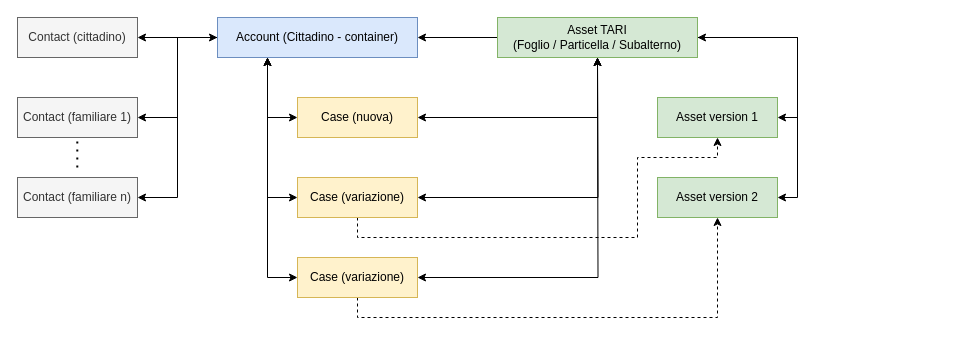
This is Palermo.drawio from dortolani/drawio, a draw.io file, before an edit. Source tidied: cells renumbered, new cells numbered last; positions are measured from the earlier drawing's top-left corner, leaving out a move shared by most shapes. Both pictures are drawn from the tidied source at 100%, with x=0, y=0 at pixel (17, 17).
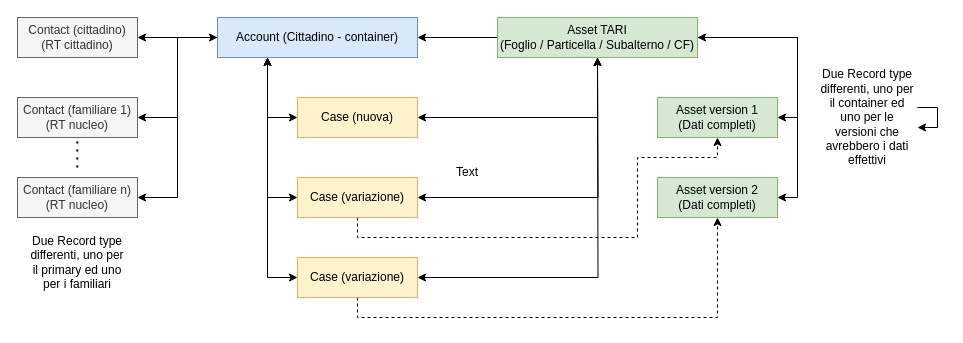
The same page after the edit.

What changed in the source:
```diff
@@
-    <mxCell id="6" value="Contact (cittadino)" style="rounded=0;whiteSpace=wrap;html=1;fillColor=#f5f5f5;fontColor=#333333;strokeColor=#666666;" parent="1" vertex="1">
+    <mxCell id="6" value="Contact (cittadino)&lt;div&gt;(RT cittadino)&lt;/div&gt;" style="rounded=0;whiteSpace=wrap;html=1;fillColor=#f5f5f5;fontColor=#333333;strokeColor=#666666;" parent="1" vertex="1">
       <mxGeometry width="120" height="40" as="geometry" />
     </mxCell>
-    <mxCell id="7" value="Contact (familiare 1)" style="rounded=0;whiteSpace=wrap;html=1;fillColor=#f5f5f5;fontColor=#333333;strokeColor=#666666;" parent="1" vertex="1">
+    <mxCell id="7" value="Contact (familiare 1)&lt;div&gt;(RT nucleo)&lt;/div&gt;" style="rounded=0;whiteSpace=wrap;html=1;fillColor=#f5f5f5;fontColor=#333333;strokeColor=#666666;" parent="1" vertex="1">
       <mxGeometry y="80" width="120" height="40" as="geometry" />
     </mxCell>
@@
-    <mxCell id="9" value="Contact (familiare n)" style="rounded=0;whiteSpace=wrap;html=1;fillColor=#f5f5f5;fontColor=#333333;strokeColor=#666666;" parent="1" vertex="1">
+    <mxCell id="9" value="Contact (familiare n)&lt;div&gt;(RT nucleo)&lt;/div&gt;" style="rounded=0;whiteSpace=wrap;html=1;fillColor=#f5f5f5;fontColor=#333333;strokeColor=#666666;" parent="1" vertex="1">
       <mxGeometry y="160" width="120" height="40" as="geometry" />
     </mxCell>
@@
-    <mxCell id="24" value="Asset TARI&lt;div&gt;(Foglio / Particella / Subalterno)&lt;/div&gt;" style="rounded=0;whiteSpace=wrap;html=1;fillColor=#d5e8d4;strokeColor=#82b366;" parent="1" vertex="1">
+    <mxCell id="24" value="Asset TARI&lt;div&gt;(Foglio / Particella / Subalterno / CF)&lt;/div&gt;" style="rounded=0;whiteSpace=wrap;html=1;fillColor=#d5e8d4;strokeColor=#82b366;" parent="1" vertex="1">
       <mxGeometry x="480" width="200" height="40" as="geometry" />
     </mxCell>
-    <mxCell id="25" value="Asset version 1" style="rounded=0;whiteSpace=wrap;html=1;fillColor=#d5e8d4;strokeColor=#82b366;" parent="1" vertex="1">
+    <mxCell id="25" value="Asset version 1&lt;div&gt;(Dati completi)&lt;/div&gt;" style="rounded=0;whiteSpace=wrap;html=1;fillColor=#d5e8d4;strokeColor=#82b366;" parent="1" vertex="1">
       <mxGeometry x="640" y="80" width="120" height="40" as="geometry" />
     </mxCell>
-    <mxCell id="26" value="Asset version 2" style="rounded=0;whiteSpace=wrap;html=1;fillColor=#d5e8d4;strokeColor=#82b366;" parent="1" vertex="1">
+    <mxCell id="26" value="Asset version 2&lt;br&gt;&lt;div&gt;(Dati completi)&lt;/div&gt;" style="rounded=0;whiteSpace=wrap;html=1;fillColor=#d5e8d4;strokeColor=#82b366;" parent="1" vertex="1">
       <mxGeometry x="640" y="160" width="120" height="40" as="geometry" />
     </mxCell>
+    <mxCell id="27" value="Text" style="text;html=1;align=center;verticalAlign=middle;whiteSpace=wrap;rounded=0;" parent="1" vertex="1">
+      <mxGeometry x="420" y="140" width="60" height="30" as="geometry" />
+    </mxCell>
+    <mxCell id="28" value="Due Record type differenti, uno per il container ed uno per le versioni che avrebbero i dati effettivi" style="text;html=1;align=center;verticalAlign=middle;whiteSpace=wrap;rounded=0;" parent="1" vertex="1">
+      <mxGeometry x="800" y="40" width="100" height="120" as="geometry" />
+    </mxCell>
+    <mxCell id="29" style="edgeStyle=orthogonalEdgeStyle;rounded=0;orthogonalLoop=1;jettySize=auto;html=1;" parent="1" edge="1" source="28" target="28">
+      <mxGeometry relative="1" as="geometry" />
+    </mxCell>
+    <mxCell id="30" value="Due Record type differenti, uno per il primary ed uno per i familiari" style="text;html=1;align=center;verticalAlign=middle;whiteSpace=wrap;rounded=0;" parent="1" vertex="1">
+      <mxGeometry x="10" y="210" width="100" height="70" as="geometry" />
+    </mxCell>
```
